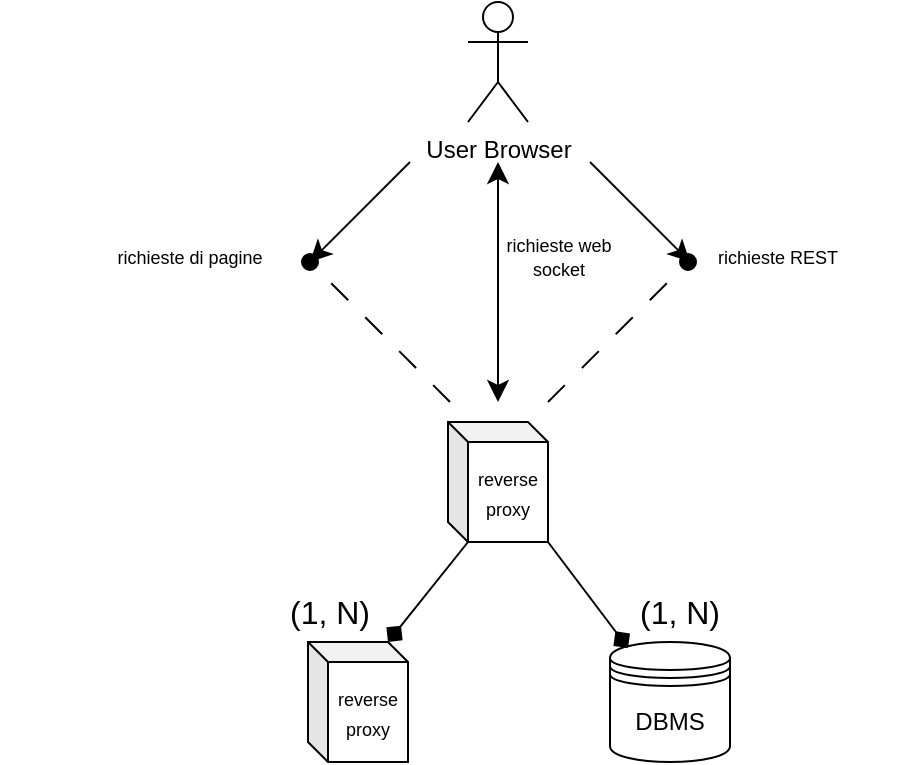
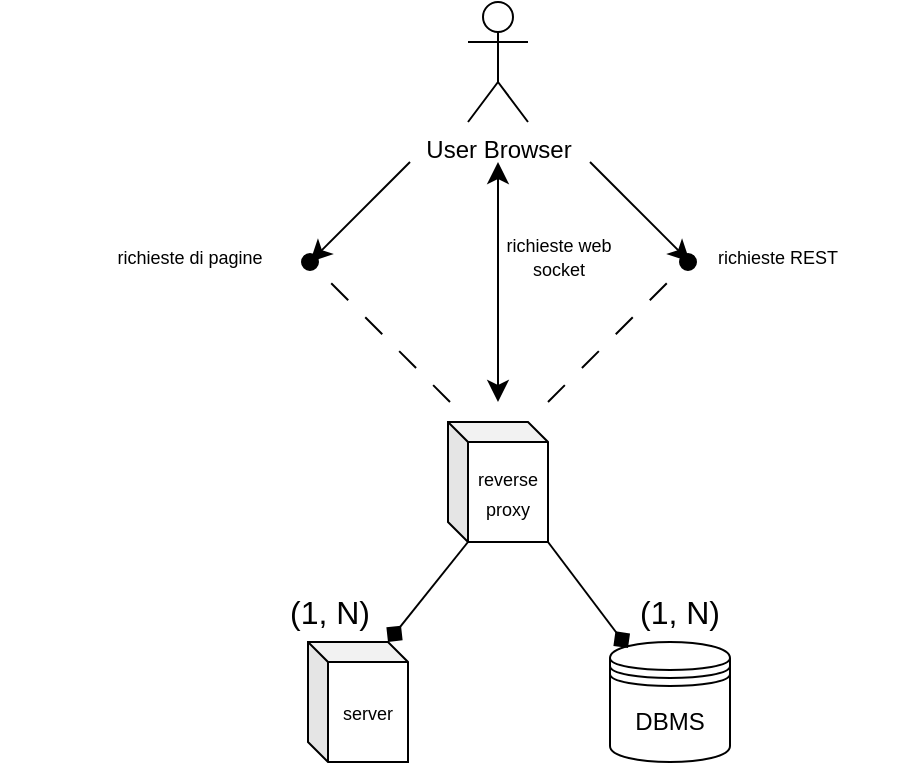
<mxfile host="app.diagrams.net">
  <diagram name="Pagina-1" id="0SrchaaMbrDjRgwlIxbT">
-     <mxGraphModel dx="967" dy="539" grid="1" gridSize="10" guides="1" tooltips="1" connect="1" arrows="1" fold="1" page="1" pageScale="1" pageWidth="827" pageHeight="1169" math="0" shadow="0">
+     <mxGraphModel dx="681" dy="729" grid="1" gridSize="10" guides="1" tooltips="1" connect="1" arrows="1" fold="1" page="1" pageScale="1" pageWidth="827" pageHeight="1169" math="0" shadow="0">
      <root>
        <mxCell id="0" />
        <mxCell id="1" parent="0" />
        <mxCell id="jkjrgGU1j489Sjj6jVHz-25" parent="1" style="shape=umlActor;verticalLabelPosition=bottom;verticalAlign=top;html=1;outlineConnect=0;" value="User Browser" vertex="1">
          <mxGeometry height="60" width="30" x="399" y="110" as="geometry" />
        </mxCell>
        <mxCell id="jkjrgGU1j489Sjj6jVHz-27" edge="1" parent="1" style="endArrow=classic;html=1;rounded=0;fontSize=12;startSize=8;endSize=8;curved=1;" value="">
          <mxGeometry height="50" relative="1" width="50" as="geometry">
            <mxPoint x="370" y="190" as="sourcePoint" />
            <mxPoint x="320" y="240" as="targetPoint" />
          </mxGeometry>
        </mxCell>
        <mxCell id="jkjrgGU1j489Sjj6jVHz-28" edge="1" parent="1" style="endArrow=classic;html=1;rounded=0;fontSize=12;startSize=8;endSize=8;curved=1;" value="">
          <mxGeometry height="50" relative="1" width="50" as="geometry">
            <mxPoint x="460" y="190" as="sourcePoint" />
            <mxPoint x="510" y="240" as="targetPoint" />
          </mxGeometry>
        </mxCell>
        <mxCell id="jkjrgGU1j489Sjj6jVHz-30" parent="1" style="text;html=1;whiteSpace=wrap;strokeColor=none;fillColor=none;align=center;verticalAlign=middle;rounded=0;fontSize=16;" value="&lt;font style=&quot;font-size: 9px;&quot;&gt;richieste di pagine&lt;/font&gt;" vertex="1">
          <mxGeometry height="30" width="190" x="165" y="220" as="geometry" />
        </mxCell>
        <mxCell id="jkjrgGU1j489Sjj6jVHz-31" parent="1" style="text;html=1;whiteSpace=wrap;strokeColor=none;fillColor=none;align=center;verticalAlign=middle;rounded=0;fontSize=16;" value="&lt;font style=&quot;font-size: 9px;&quot;&gt;richieste REST&lt;/font&gt;" vertex="1">
          <mxGeometry height="30" width="140" x="484" y="220" as="geometry" />
        </mxCell>
        <mxCell id="jkjrgGU1j489Sjj6jVHz-33" parent="1" style="text;html=1;whiteSpace=wrap;strokeColor=none;fillColor=none;align=center;verticalAlign=middle;rounded=0;fontSize=16;" value="&lt;div style=&quot;line-height: 70%;&quot;&gt;&lt;font style=&quot;font-size: 9px; line-height: 70%;&quot;&gt;richieste web socket&lt;/font&gt;&lt;/div&gt;" vertex="1">
          <mxGeometry height="30" width="61" x="414" y="220" as="geometry" />
        </mxCell>
        <mxCell id="jkjrgGU1j489Sjj6jVHz-35" parent="1" style="shape=datastore;whiteSpace=wrap;html=1;" value="DBMS" vertex="1">
          <mxGeometry height="60" width="60" x="470" y="430" as="geometry" />
        </mxCell>
        <mxCell id="jkjrgGU1j489Sjj6jVHz-36" parent="1" style="shape=cube;whiteSpace=wrap;html=1;boundedLbl=1;backgroundOutline=1;darkOpacity=0.05;darkOpacity2=0.1;size=10;" value="&lt;font style=&quot;font-size: 9px;&quot;&gt;reverse proxy&lt;/font&gt;" vertex="1">
          <mxGeometry height="60" width="50" x="389" y="320" as="geometry" />
        </mxCell>
        <mxCell id="jkjrgGU1j489Sjj6jVHz-38" edge="1" parent="1" style="endArrow=oval;html=1;rounded=0;fontSize=12;startSize=8;endSize=8;curved=1;endFill=1;dashed=1;dashPattern=12 12;" value="">
          <mxGeometry height="50" relative="1" width="50" as="geometry">
            <mxPoint x="390" y="310" as="sourcePoint" />
            <mxPoint x="320" y="240" as="targetPoint" />
          </mxGeometry>
        </mxCell>
        <mxCell id="jkjrgGU1j489Sjj6jVHz-40" edge="1" parent="1" style="endArrow=oval;html=1;rounded=0;fontSize=12;startSize=8;endSize=8;curved=1;endFill=1;dashed=1;dashPattern=12 12;" value="">
          <mxGeometry height="50" relative="1" width="50" as="geometry">
            <mxPoint x="439" y="310" as="sourcePoint" />
            <mxPoint x="509" y="240" as="targetPoint" />
          </mxGeometry>
        </mxCell>
        <mxCell id="jkjrgGU1j489Sjj6jVHz-42" edge="1" parent="1" style="endArrow=classic;startArrow=classic;html=1;rounded=0;fontSize=12;startSize=8;endSize=8;curved=1;" value="">
          <mxGeometry height="50" relative="1" width="50" as="geometry">
            <mxPoint x="414" y="310" as="sourcePoint" />
            <mxPoint x="414" y="190" as="targetPoint" />
          </mxGeometry>
        </mxCell>
-         <mxCell id="jkjrgGU1j489Sjj6jVHz-48" parent="1" style="shape=cube;whiteSpace=wrap;html=1;boundedLbl=1;backgroundOutline=1;darkOpacity=0.05;darkOpacity2=0.1;size=10;" value="&lt;font style=&quot;font-size: 9px;&quot;&gt;reverse proxy&lt;/font&gt;" vertex="1">
+         <mxCell id="jkjrgGU1j489Sjj6jVHz-48" parent="1" style="shape=cube;whiteSpace=wrap;html=1;boundedLbl=1;backgroundOutline=1;darkOpacity=0.05;darkOpacity2=0.1;size=10;" value="&lt;font style=&quot;font-size: 9px;&quot;&gt;server&lt;/font&gt;" vertex="1">
          <mxGeometry height="60" width="50" x="319" y="430" as="geometry" />
        </mxCell>
        <mxCell id="jkjrgGU1j489Sjj6jVHz-49" edge="1" parent="1" source="jkjrgGU1j489Sjj6jVHz-36" style="edgeStyle=none;curved=1;rounded=0;orthogonalLoop=1;jettySize=auto;html=1;exitX=1;exitY=1;exitDx=0;exitDy=0;exitPerimeter=0;entryX=0.15;entryY=0.05;entryDx=0;entryDy=0;entryPerimeter=0;fontSize=12;startSize=8;endSize=8;endArrow=diamond;endFill=1;" target="jkjrgGU1j489Sjj6jVHz-35">
          <mxGeometry relative="1" as="geometry" />
        </mxCell>
        <mxCell id="jkjrgGU1j489Sjj6jVHz-50" edge="1" parent="1" source="jkjrgGU1j489Sjj6jVHz-36" style="edgeStyle=none;curved=1;rounded=0;orthogonalLoop=1;jettySize=auto;html=1;exitX=0;exitY=0;exitDx=10;exitDy=60;exitPerimeter=0;entryX=0;entryY=0;entryDx=40;entryDy=0;entryPerimeter=0;fontSize=12;startSize=8;endSize=8;endArrow=diamond;endFill=1;" target="jkjrgGU1j489Sjj6jVHz-48">
          <mxGeometry relative="1" as="geometry" />
        </mxCell>
        <mxCell id="jkjrgGU1j489Sjj6jVHz-51" parent="1" style="text;html=1;whiteSpace=wrap;strokeColor=none;fillColor=none;align=center;verticalAlign=middle;rounded=0;fontSize=16;" value="(1, N)" vertex="1">
          <mxGeometry height="30" width="60" x="475" y="400" as="geometry" />
        </mxCell>
        <mxCell id="jkjrgGU1j489Sjj6jVHz-52" parent="1" style="text;html=1;whiteSpace=wrap;strokeColor=none;fillColor=none;align=center;verticalAlign=middle;rounded=0;fontSize=16;" value="(1, N)" vertex="1">
          <mxGeometry height="30" width="60" x="300" y="400" as="geometry" />
        </mxCell>
      </root>
    </mxGraphModel>
  </diagram>
</mxfile>
